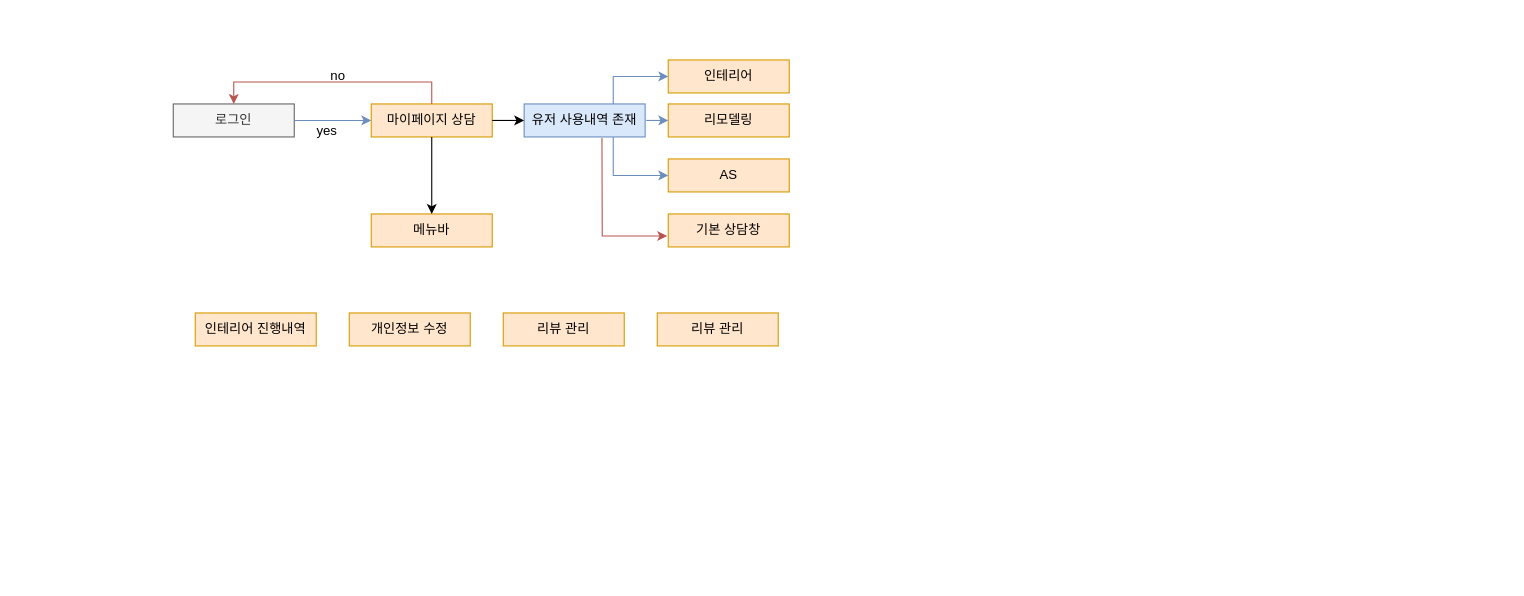
Above: Untitled Diagram.drawio in PiaHan/springframework (draw.io), before the change. Source tidied: cells renumbered, new cells numbered last; positions are measured from the earlier drawing's top-left corner, leaving out a move shared by most shapes. Both pictures are drawn from the tidied source at 110%, with x=0, y=0 at pixel (173, 59).
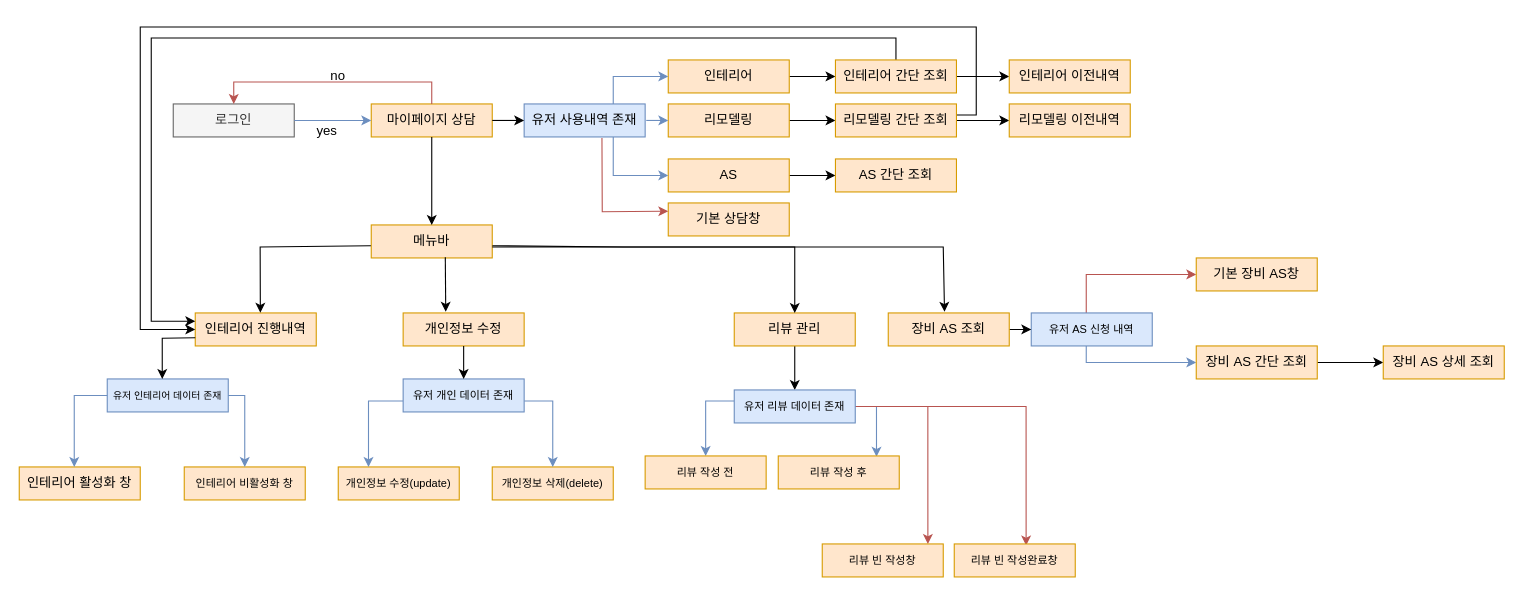
After the change.

Unchanged cells that the change refers to:
```xml
<mxCell id="8" value="인테리어" style="rounded=0;whiteSpace=wrap;html=1;fillColor=#ffe6cc;strokeColor=#d79b00;" parent="1" vertex="1">
  <mxGeometry x="450" width="110" height="30" as="geometry" />
</mxCell>
<mxCell id="9" value="리모델링" style="rounded=0;whiteSpace=wrap;html=1;fillColor=#ffe6cc;strokeColor=#d79b00;" parent="1" vertex="1">
  <mxGeometry x="450" y="40" width="110" height="30" as="geometry" />
</mxCell>
<mxCell id="10" value="AS" style="rounded=0;whiteSpace=wrap;html=1;fillColor=#ffe6cc;strokeColor=#d79b00;" parent="1" vertex="1">
  <mxGeometry x="450" y="90" width="110" height="30" as="geometry" />
</mxCell>
<mxCell id="11" value="유저 사용내역 존재" style="rounded=0;whiteSpace=wrap;html=1;fillColor=#dae8fc;strokeColor=#6c8ebf;" parent="1" vertex="1">
  <mxGeometry x="319" y="40" width="110" height="30" as="geometry" />
</mxCell>
<mxCell id="20" value="인테리어 진행내역" style="rounded=0;whiteSpace=wrap;html=1;fillColor=#ffe6cc;strokeColor=#d79b00;" parent="1" vertex="1">
  <mxGeometry x="20" y="230" width="110" height="30" as="geometry" />
</mxCell>
```

Change to the diagram source:
```diff
@@
+    <mxCell id="24" style="edgeStyle=orthogonalEdgeStyle;rounded=0;jettySize=auto;html=1;entryX=0;entryY=0.5;entryDx=0;entryDy=0;fontSize=9;" parent="1" edge="1" source="8" target="63">
+      <mxGeometry relative="1" as="geometry" />
+    </mxCell>
@@
+    <mxCell id="25" style="edgeStyle=orthogonalEdgeStyle;rounded=0;jettySize=auto;html=1;fontSize=9;" parent="1" edge="1" source="9" target="66">
+      <mxGeometry relative="1" as="geometry" />
+    </mxCell>
@@
+    <mxCell id="26" style="edgeStyle=orthogonalEdgeStyle;rounded=0;jettySize=auto;html=1;entryX=0;entryY=0.5;entryDx=0;entryDy=0;fontSize=9;" parent="1" edge="1" source="10" target="67">
+      <mxGeometry relative="1" as="geometry" />
+    </mxCell>
@@
     <mxCell id="16" value="기본 상담창" style="rounded=0;whiteSpace=wrap;html=1;fillColor=#ffe6cc;strokeColor=#d79b00;" parent="1" vertex="1">
-      <mxGeometry x="450" y="140" width="110" height="30" as="geometry" />
+      <mxGeometry x="450" y="130" width="110" height="30" as="geometry" />
     </mxCell>
-    <mxCell id="17" style="endArrow=classic;html=1;rounded=0;entryX=-0.009;entryY=0.667;entryDx=0;entryDy=0;exitX=0.643;exitY=1.032;exitDx=0;exitDy=0;exitPerimeter=0;entryPerimeter=0;fillColor=#f8cecc;strokeColor=#b85450;" parent="1" edge="1" source="11" target="16">
+    <mxCell id="17" style="endArrow=classic;html=1;rounded=0;entryX=0;entryY=0.25;entryDx=0;entryDy=0;exitX=0.643;exitY=1.032;exitDx=0;exitDy=0;exitPerimeter=0;fillColor=#f8cecc;strokeColor=#b85450;" parent="1" edge="1" source="11" target="16">
       <mxGeometry relative="1" as="geometry">
         <Array as="points">
-          <mxPoint x="390" y="160" />
+          <mxPoint x="390" y="138" />
         </Array>
       </mxGeometry>
     </mxCell>
     <mxCell id="18" value="메뉴바" style="rounded=0;whiteSpace=wrap;html=1;fillColor=#ffe6cc;strokeColor=#d79b00;" parent="1" vertex="1">
-      <mxGeometry x="180" y="140" width="110" height="30" as="geometry" />
+      <mxGeometry x="180" y="150" width="110" height="30" as="geometry" />
     </mxCell>
@@
     <mxCell id="21" value="개인정보 수정" style="rounded=0;whiteSpace=wrap;html=1;fillColor=#ffe6cc;strokeColor=#d79b00;" parent="1" vertex="1">
-      <mxGeometry x="160" y="230" width="110" height="30" as="geometry" />
+      <mxGeometry x="209" y="230" width="110" height="30" as="geometry" />
     </mxCell>
+    <mxCell id="27" style="edgeStyle=orthogonalEdgeStyle;rounded=0;jettySize=auto;html=1;entryX=0.5;entryY=0;entryDx=0;entryDy=0;fontSize=9;" parent="1" edge="1" source="22" target="49">
+      <mxGeometry relative="1" as="geometry" />
+    </mxCell>
     <mxCell id="22" value="리뷰 관리" style="rounded=0;whiteSpace=wrap;html=1;fillColor=#ffe6cc;strokeColor=#d79b00;" parent="1" vertex="1">
-      <mxGeometry x="300" y="230" width="110" height="30" as="geometry" />
+      <mxGeometry x="510" y="230" width="110" height="30" as="geometry" />
     </mxCell>
+    <mxCell id="28" style="edgeStyle=orthogonalEdgeStyle;rounded=0;jettySize=auto;html=1;entryX=0;entryY=0.5;entryDx=0;entryDy=0;fontSize=9;" parent="1" edge="1" source="23" target="56">
+      <mxGeometry relative="1" as="geometry" />
+    </mxCell>
-    <mxCell id="23" value="리뷰 관리" style="rounded=0;whiteSpace=wrap;html=1;fillColor=#ffe6cc;strokeColor=#d79b00;" parent="1" vertex="1">
-      <mxGeometry x="440" y="230" width="110" height="30" as="geometry" />
+    <mxCell id="23" value="장비 AS 조회" style="rounded=0;whiteSpace=wrap;html=1;fillColor=#ffe6cc;strokeColor=#d79b00;" parent="1" vertex="1">
+      <mxGeometry x="650" y="230" width="110" height="30" as="geometry" />
     </mxCell>
+    <mxCell id="29" style="endArrow=classic;html=1;rounded=0;entryX=0.538;entryY=-0.006;entryDx=0;entryDy=0;entryPerimeter=0;exitX=-0.003;exitY=0.629;exitDx=0;exitDy=0;exitPerimeter=0;" parent="1" edge="1" source="18" target="20">
+      <mxGeometry relative="1" as="geometry">
+        <Array as="points">
+          <mxPoint x="79" y="170" />
+        </Array>
+      </mxGeometry>
+    </mxCell>
+    <mxCell id="30" style="endArrow=classic;html=1;rounded=0;entryX=0.352;entryY=-0.038;entryDx=0;entryDy=0;entryPerimeter=0;exitX=0.612;exitY=0.978;exitDx=0;exitDy=0;exitPerimeter=0;" parent="1" edge="1" source="18" target="21">
+      <mxGeometry relative="1" as="geometry" />
+    </mxCell>
+    <mxCell id="31" style="endArrow=classic;html=1;rounded=0;entryX=0.5;entryY=0;entryDx=0;entryDy=0;" parent="1" edge="1" target="22">
+      <mxGeometry relative="1" as="geometry">
+        <mxPoint x="290" y="170" as="sourcePoint" />
+        <Array as="points">
+          <mxPoint x="565" y="170" />
+        </Array>
+      </mxGeometry>
+    </mxCell>
+    <mxCell id="32" style="endArrow=classic;html=1;rounded=0;entryX=0.465;entryY=-0.038;entryDx=0;entryDy=0;entryPerimeter=0;exitX=1.001;exitY=0.629;exitDx=0;exitDy=0;exitPerimeter=0;" parent="1" edge="1" source="18" target="23">
+      <mxGeometry relative="1" as="geometry">
+        <Array as="points">
+          <mxPoint x="410" y="170" />
+          <mxPoint x="540" y="170" />
+          <mxPoint x="700" y="170" />
+        </Array>
+      </mxGeometry>
+    </mxCell>
+    <mxCell id="33" value="&lt;font style=&quot;font-size: 9px;&quot;&gt;유저 인테리어 데이터 존재&lt;/font&gt;" style="rounded=0;whiteSpace=wrap;html=1;fillColor=#dae8fc;strokeColor=#6c8ebf;" parent="1" vertex="1">
+      <mxGeometry x="-60" y="290" width="110" height="30" as="geometry" />
+    </mxCell>
+    <mxCell id="34" style="endArrow=classic;html=1;rounded=0;exitX=0;exitY=0.75;exitDx=0;exitDy=0;" parent="1" edge="1" source="20">
+      <mxGeometry relative="1" as="geometry">
+        <mxPoint x="-10" y="290" as="targetPoint" />
+        <Array as="points">
+          <mxPoint x="-10" y="253" />
+        </Array>
+      </mxGeometry>
+    </mxCell>
+    <mxCell id="35" value="인테리어&amp;nbsp;활성화 창" style="rounded=0;whiteSpace=wrap;html=1;fillColor=#ffe6cc;strokeColor=#d79b00;" parent="1" vertex="1">
+      <mxGeometry x="-140" y="370" width="110" height="30" as="geometry" />
+    </mxCell>
+    <mxCell id="36" value="&lt;font style=&quot;font-size: 10px;&quot;&gt;인테리어 비활성화 창&lt;/font&gt;" style="rounded=0;whiteSpace=wrap;html=1;fillColor=#ffe6cc;strokeColor=#d79b00;" parent="1" vertex="1">
+      <mxGeometry x="10" y="370" width="110" height="30" as="geometry" />
+    </mxCell>
+    <mxCell id="37" style="endArrow=classic;html=1;rounded=0;fontSize=10;exitX=0;exitY=0.5;exitDx=0;exitDy=0;fillColor=#dae8fc;strokeColor=#6c8ebf;" parent="1" edge="1" source="33">
+      <mxGeometry relative="1" as="geometry">
+        <mxPoint x="-90" y="370" as="targetPoint" />
+        <Array as="points">
+          <mxPoint x="-90" y="305" />
+        </Array>
+      </mxGeometry>
+    </mxCell>
+    <mxCell id="38" style="endArrow=classic;html=1;rounded=0;fontSize=10;entryX=0.5;entryY=0;entryDx=0;entryDy=0;exitX=1;exitY=0.5;exitDx=0;exitDy=0;fillColor=#dae8fc;strokeColor=#6c8ebf;" parent="1" edge="1" source="33" target="36">
+      <mxGeometry relative="1" as="geometry">
+        <Array as="points">
+          <mxPoint x="65" y="305" />
+        </Array>
+      </mxGeometry>
+    </mxCell>
+    <mxCell id="39" value="&lt;span style=&quot;font-size: 10px;&quot;&gt;개인정보 수정(update)&lt;/span&gt;" style="rounded=0;whiteSpace=wrap;html=1;fillColor=#ffe6cc;strokeColor=#d79b00;" parent="1" vertex="1">
+      <mxGeometry x="150" y="370" width="110" height="30" as="geometry" />
+    </mxCell>
+    <mxCell id="40" value="&lt;span style=&quot;font-size: 10px;&quot;&gt;개인정보 삭제(delete)&lt;/span&gt;" style="rounded=0;whiteSpace=wrap;html=1;fillColor=#ffe6cc;strokeColor=#d79b00;" parent="1" vertex="1">
+      <mxGeometry x="290" y="370" width="110" height="30" as="geometry" />
+    </mxCell>
+    <mxCell id="41" style="edgeStyle=orthogonalEdgeStyle;rounded=0;jettySize=auto;html=1;fontSize=10;entryX=0.25;entryY=0;entryDx=0;entryDy=0;fillColor=#dae8fc;strokeColor=#6c8ebf;" parent="1" edge="1" source="43" target="39">
+      <mxGeometry relative="1" as="geometry">
+        <Array as="points">
+          <mxPoint x="178" y="310" />
+        </Array>
+      </mxGeometry>
+    </mxCell>
+    <mxCell id="42" style="edgeStyle=orthogonalEdgeStyle;rounded=0;jettySize=auto;html=1;fontSize=10;entryX=0.5;entryY=0;entryDx=0;entryDy=0;fillColor=#dae8fc;strokeColor=#6c8ebf;" parent="1" edge="1" source="43" target="40">
+      <mxGeometry relative="1" as="geometry">
+        <Array as="points">
+          <mxPoint x="345" y="310" />
+        </Array>
+      </mxGeometry>
+    </mxCell>
+    <mxCell id="43" value="&lt;font style=&quot;font-size: 10px;&quot;&gt;유저 개인 데이터 존재&lt;/font&gt;&lt;br&gt;" style="rounded=0;whiteSpace=wrap;html=1;fillColor=#dae8fc;strokeColor=#6c8ebf;" parent="1" vertex="1">
+      <mxGeometry x="209" y="290" width="110" height="30" as="geometry" />
+    </mxCell>
+    <mxCell id="44" style="endArrow=classic;html=1;rounded=0;fontSize=10;entryX=0.5;entryY=0;entryDx=0;entryDy=0;exitX=0.5;exitY=1;exitDx=0;exitDy=0;" parent="1" edge="1" source="21" target="43">
+      <mxGeometry relative="1" as="geometry" />
+    </mxCell>
+    <mxCell id="45" style="edgeStyle=orthogonalEdgeStyle;rounded=0;jettySize=auto;html=1;entryX=0.5;entryY=0;entryDx=0;entryDy=0;fontSize=9;fillColor=#dae8fc;strokeColor=#6c8ebf;" parent="1" edge="1" source="49" target="50">
+      <mxGeometry relative="1" as="geometry">
+        <Array as="points">
+          <mxPoint x="484" y="310" />
+        </Array>
+      </mxGeometry>
+    </mxCell>
+    <mxCell id="46" style="edgeStyle=orthogonalEdgeStyle;rounded=0;jettySize=auto;html=1;fontSize=9;entryX=0.812;entryY=0.022;entryDx=0;entryDy=0;entryPerimeter=0;fillColor=#dae8fc;strokeColor=#6c8ebf;" parent="1" edge="1" source="49" target="51">
+      <mxGeometry relative="1" as="geometry">
+        <Array as="points">
+          <mxPoint x="640" y="315" />
+          <mxPoint x="640" y="361" />
+        </Array>
+      </mxGeometry>
+    </mxCell>
+    <mxCell id="47" style="edgeStyle=orthogonalEdgeStyle;rounded=0;jettySize=auto;html=1;entryX=0.873;entryY=0;entryDx=0;entryDy=0;entryPerimeter=0;fontSize=9;fillColor=#f8cecc;strokeColor=#b85450;" parent="1" edge="1" source="49" target="52">
+      <mxGeometry relative="1" as="geometry">
+        <Array as="points">
+          <mxPoint x="686" y="315" />
+        </Array>
+      </mxGeometry>
+    </mxCell>
+    <mxCell id="48" style="edgeStyle=orthogonalEdgeStyle;rounded=0;jettySize=auto;html=1;entryX=0.594;entryY=0.044;entryDx=0;entryDy=0;entryPerimeter=0;fontSize=9;fillColor=#f8cecc;strokeColor=#b85450;" parent="1" edge="1" source="49" target="53">
+      <mxGeometry relative="1" as="geometry" />
+    </mxCell>
+    <mxCell id="49" value="&lt;font style=&quot;font-size: 10px;&quot;&gt;유저 리뷰 데이터 존재&lt;/font&gt;" style="rounded=0;whiteSpace=wrap;html=1;fillColor=#dae8fc;strokeColor=#6c8ebf;" parent="1" vertex="1">
+      <mxGeometry x="510" y="300" width="110" height="30" as="geometry" />
+    </mxCell>
+    <mxCell id="50" value="&lt;span style=&quot;font-size: 10px;&quot;&gt;리뷰 작성 전&lt;br&gt;&lt;/span&gt;" style="rounded=0;whiteSpace=wrap;html=1;fillColor=#ffe6cc;strokeColor=#d79b00;" parent="1" vertex="1">
+      <mxGeometry x="429" y="360" width="110" height="30" as="geometry" />
+    </mxCell>
+    <mxCell id="51" value="&lt;span style=&quot;font-size: 10px;&quot;&gt;리뷰 작성 후&lt;/span&gt;" style="rounded=0;whiteSpace=wrap;html=1;fillColor=#ffe6cc;strokeColor=#d79b00;" parent="1" vertex="1">
+      <mxGeometry x="550" y="360" width="110" height="30" as="geometry" />
+    </mxCell>
+    <mxCell id="52" value="&lt;span style=&quot;font-size: 10px;&quot;&gt;리뷰 빈 작성창&lt;/span&gt;" style="rounded=0;whiteSpace=wrap;html=1;fillColor=#ffe6cc;strokeColor=#d79b00;" parent="1" vertex="1">
+      <mxGeometry x="590" y="440" width="110" height="30" as="geometry" />
+    </mxCell>
+    <mxCell id="53" value="&lt;span style=&quot;font-size: 10px;&quot;&gt;리뷰 빈 작성완료창&lt;br&gt;&lt;/span&gt;" style="rounded=0;whiteSpace=wrap;html=1;fillColor=#ffe6cc;strokeColor=#d79b00;" parent="1" vertex="1">
+      <mxGeometry x="710" y="440" width="110" height="30" as="geometry" />
+    </mxCell>
+    <mxCell id="54" style="edgeStyle=orthogonalEdgeStyle;rounded=0;jettySize=auto;html=1;entryX=0;entryY=0.5;entryDx=0;entryDy=0;fontSize=9;fillColor=#f8cecc;strokeColor=#b85450;" parent="1" edge="1" source="56" target="57">
+      <mxGeometry relative="1" as="geometry">
+        <Array as="points">
+          <mxPoint x="830" y="195" />
+        </Array>
+      </mxGeometry>
+    </mxCell>
+    <mxCell id="55" style="edgeStyle=orthogonalEdgeStyle;rounded=0;jettySize=auto;html=1;entryX=0;entryY=0.5;entryDx=0;entryDy=0;fontSize=9;fillColor=#dae8fc;strokeColor=#6c8ebf;" parent="1" edge="1" source="56" target="59">
+      <mxGeometry relative="1" as="geometry">
+        <Array as="points">
+          <mxPoint x="830" y="275" />
+        </Array>
+      </mxGeometry>
+    </mxCell>
+    <mxCell id="56" value="&lt;span style=&quot;font-size: 10px;&quot;&gt;유저 AS 신청 내역&lt;br&gt;&lt;/span&gt;" style="rounded=0;whiteSpace=wrap;html=1;fillColor=#dae8fc;strokeColor=#6c8ebf;" parent="1" vertex="1">
+      <mxGeometry x="780" y="230" width="110" height="30" as="geometry" />
+    </mxCell>
+    <mxCell id="57" value="기본 장비 AS창" style="rounded=0;whiteSpace=wrap;html=1;fillColor=#ffe6cc;strokeColor=#d79b00;" parent="1" vertex="1">
+      <mxGeometry x="930" y="180" width="110" height="30" as="geometry" />
+    </mxCell>
+    <mxCell id="58" style="edgeStyle=orthogonalEdgeStyle;rounded=0;jettySize=auto;html=1;entryX=0;entryY=0.5;entryDx=0;entryDy=0;fontSize=9;" parent="1" edge="1" source="59" target="60">
+      <mxGeometry relative="1" as="geometry" />
+    </mxCell>
+    <mxCell id="59" value="장비 AS 간단 조회" style="rounded=0;whiteSpace=wrap;html=1;fillColor=#ffe6cc;strokeColor=#d79b00;" parent="1" vertex="1">
+      <mxGeometry x="930" y="260" width="110" height="30" as="geometry" />
+    </mxCell>
+    <mxCell id="60" value="장비 AS 상세 조회" style="rounded=0;whiteSpace=wrap;html=1;fillColor=#ffe6cc;strokeColor=#d79b00;" parent="1" vertex="1">
+      <mxGeometry x="1100" y="260" width="110" height="30" as="geometry" />
+    </mxCell>
+    <mxCell id="61" style="edgeStyle=orthogonalEdgeStyle;rounded=0;jettySize=auto;html=1;entryX=0;entryY=0.5;entryDx=0;entryDy=0;fontSize=9;" parent="1" edge="1" source="63" target="68">
+      <mxGeometry relative="1" as="geometry" />
+    </mxCell>
+    <mxCell id="62" style="edgeStyle=orthogonalEdgeStyle;rounded=0;jettySize=auto;html=1;entryX=0;entryY=0.25;entryDx=0;entryDy=0;fontSize=9;" parent="1" edge="1" source="63" target="20">
+      <mxGeometry relative="1" as="geometry">
+        <Array as="points">
+          <mxPoint x="657" y="-20" />
+          <mxPoint x="-20" y="-20" />
+          <mxPoint x="-20" y="238" />
+          <mxPoint x="20" y="238" />
+        </Array>
+      </mxGeometry>
+    </mxCell>
+    <mxCell id="63" value="인테리어 간단 조회" style="rounded=0;whiteSpace=wrap;html=1;fillColor=#ffe6cc;strokeColor=#d79b00;" parent="1" vertex="1">
+      <mxGeometry x="602" width="110" height="30" as="geometry" />
+    </mxCell>
+    <mxCell id="64" style="edgeStyle=orthogonalEdgeStyle;rounded=0;jettySize=auto;html=1;entryX=0;entryY=0.5;entryDx=0;entryDy=0;fontSize=9;" parent="1" edge="1" source="66" target="69">
+      <mxGeometry relative="1" as="geometry" />
+    </mxCell>
+    <mxCell id="65" style="edgeStyle=orthogonalEdgeStyle;rounded=0;jettySize=auto;html=1;entryX=0;entryY=0.5;entryDx=0;entryDy=0;fontSize=9;exitX=1;exitY=0.5;exitDx=0;exitDy=0;" parent="1" edge="1" source="66" target="20">
+      <mxGeometry relative="1" as="geometry">
+        <Array as="points">
+          <mxPoint x="712" y="50" />
+          <mxPoint x="730" y="50" />
+          <mxPoint x="730" y="-30" />
+          <mxPoint x="-30" y="-30" />
+          <mxPoint x="-30" y="245" />
+        </Array>
+      </mxGeometry>
+    </mxCell>
+    <mxCell id="66" value="리모델링 간단 조회" style="rounded=0;whiteSpace=wrap;html=1;fillColor=#ffe6cc;strokeColor=#d79b00;" parent="1" vertex="1">
+      <mxGeometry x="602" y="40" width="110" height="30" as="geometry" />
+    </mxCell>
+    <mxCell id="67" value="AS 간단 조회" style="rounded=0;whiteSpace=wrap;html=1;fillColor=#ffe6cc;strokeColor=#d79b00;" parent="1" vertex="1">
+      <mxGeometry x="602" y="90" width="110" height="30" as="geometry" />
+    </mxCell>
+    <mxCell id="68" value="인테리어 이전내역" style="rounded=0;whiteSpace=wrap;html=1;fillColor=#ffe6cc;strokeColor=#d79b00;" parent="1" vertex="1">
+      <mxGeometry x="760" width="110" height="30" as="geometry" />
+    </mxCell>
+    <mxCell id="69" value="리모델링 이전내역" style="rounded=0;whiteSpace=wrap;html=1;fillColor=#ffe6cc;strokeColor=#d79b00;" parent="1" vertex="1">
+      <mxGeometry x="760" y="40" width="110" height="30" as="geometry" />
+    </mxCell>
```
